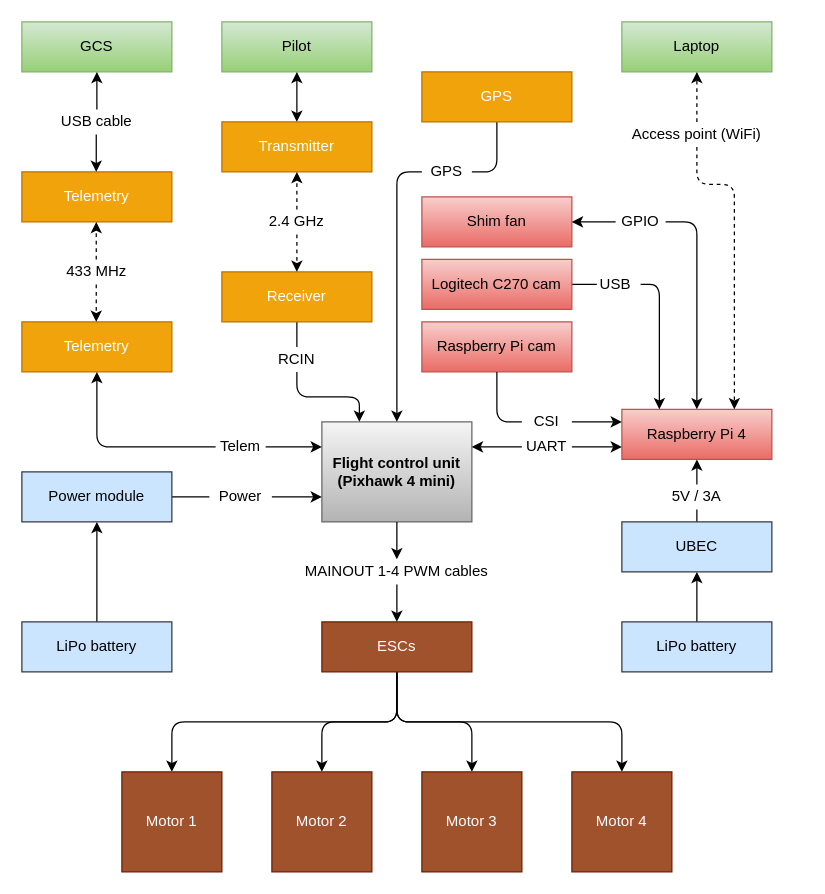
Earlier version of the draw.io diagram master_report/Figures/power_system/power_system.drawio (Kenil16/master_project). Source tidied: cells renumbered, new cells numbered last; positions are measured from the earlier drawing's top-left corner, leaving out a move shared by most shapes. Both pictures are drawn from the tidied source at 125%, with x=0, y=0 at pixel (21, 21).
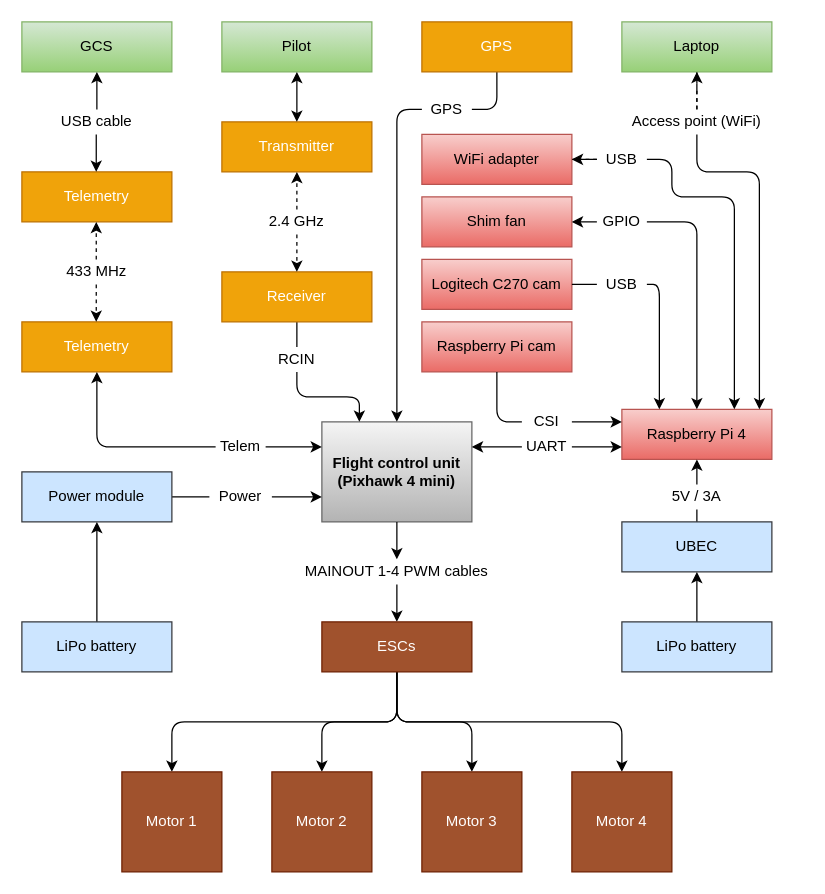
Above is the later version.

The change refers to these unchanged cells:
```xml
<mxCell id="31" value="Raspberry Pi 4" style="rounded=0;whiteSpace=wrap;html=1;fillColor=#f8cecc;strokeColor=#b85450;gradientColor=#ea6b66;" parent="1" vertex="1">
  <mxGeometry x="480" y="310" width="120" height="40" as="geometry" />
</mxCell>
<mxCell id="54" value="Laptop" style="rounded=0;whiteSpace=wrap;html=1;gradientColor=#97d077;fillColor=#d5e8d4;strokeColor=#82b366;" parent="1" vertex="1">
  <mxGeometry x="480" width="120" height="40" as="geometry" />
</mxCell>
<mxCell id="62" value="Logitech C270 cam" style="rounded=0;whiteSpace=wrap;html=1;fillColor=#f8cecc;strokeColor=#b85450;gradientColor=#ea6b66;" parent="1" vertex="1">
  <mxGeometry x="320" y="190" width="120" height="40" as="geometry" />
</mxCell>
```

The edit, as a diff of the source:
```diff
@@
     <mxCell id="17" style="edgeStyle=orthogonalEdgeStyle;rounded=1;jettySize=auto;html=1;exitX=0.5;exitY=1;exitDx=0;exitDy=0;entryX=1;entryY=0.5;entryDx=0;entryDy=0;endArrow=none;endFill=0;strokeWidth=1;" parent="1" edge="1" source="18" target="60">
-      <mxGeometry relative="1" as="geometry" />
+      <mxGeometry relative="1" as="geometry">
+        <Array as="points">
+          <mxPoint x="380" y="70" />
+        </Array>
+      </mxGeometry>
     </mxCell>
     <mxCell id="18" value="GPS" style="rounded=0;whiteSpace=wrap;html=1;fillColor=#f0a30a;strokeColor=#BD7000;fontColor=#ffffff;" parent="1" vertex="1">
-      <mxGeometry x="320" y="40" width="120" height="40" as="geometry" />
+      <mxGeometry x="320" width="120" height="40" as="geometry" />
     </mxCell>
@@
+    <mxCell id="73" style="edgeStyle=orthogonalEdgeStyle;rounded=1;jettySize=auto;html=1;dashed=1;endArrow=none;endFill=0;" parent="1" edge="1" source="54" target="57">
+      <mxGeometry relative="1" as="geometry" />
+    </mxCell>
@@
-    <mxCell id="56" style="edgeStyle=orthogonalEdgeStyle;rounded=1;jettySize=auto;html=1;exitX=0.5;exitY=1;exitDx=0;exitDy=0;entryX=0.75;entryY=0;entryDx=0;entryDy=0;endArrow=classic;endFill=1;strokeWidth=1;dashed=1;" parent="1" edge="1" source="57" target="31">
+    <mxCell id="56" style="edgeStyle=orthogonalEdgeStyle;rounded=1;jettySize=auto;html=1;exitX=0.5;exitY=1;exitDx=0;exitDy=0;entryX=0.917;entryY=0;entryDx=0;entryDy=0;entryPerimeter=0;" parent="1" edge="1" source="57" target="31">
       <mxGeometry relative="1" as="geometry">
         <Array as="points">
-          <mxPoint x="540" y="130" />
-          <mxPoint x="570" y="130" />
+          <mxPoint x="540" y="120" />
+          <mxPoint x="590" y="120" />
         </Array>
       </mxGeometry>
     </mxCell>
     <mxCell id="57" value="Access point (WiFi)" style="text;html=1;strokeColor=none;fillColor=none;align=center;verticalAlign=middle;whiteSpace=wrap;rounded=0;" parent="1" vertex="1">
-      <mxGeometry x="455" y="80" width="170" height="20" as="geometry" />
+      <mxGeometry x="455" y="70" width="170" height="20" as="geometry" />
     </mxCell>
@@
     <mxCell id="60" value="GPS " style="text;html=1;strokeColor=none;fillColor=none;align=center;verticalAlign=middle;whiteSpace=wrap;rounded=0;" parent="1" vertex="1">
-      <mxGeometry x="320" y="110" width="40" height="20" as="geometry" />
+      <mxGeometry x="320" y="60" width="40" height="20" as="geometry" />
     </mxCell>
-    <mxCell id="61" style="edgeStyle=orthogonalEdgeStyle;rounded=0;jettySize=auto;html=1;exitX=1;exitY=0.5;exitDx=0;exitDy=0;endArrow=none;endFill=0;strokeWidth=1;" parent="1" edge="1" source="62" target="65">
-      <mxGeometry relative="1" as="geometry" />
-    </mxCell>
@@
-    <mxCell id="64" style="edgeStyle=orthogonalEdgeStyle;rounded=1;jettySize=auto;html=1;exitX=1;exitY=0.5;exitDx=0;exitDy=0;entryX=0.25;entryY=0;entryDx=0;entryDy=0;endArrow=classic;endFill=1;strokeWidth=1;" parent="1" edge="1" source="65" target="31">
+    <mxCell id="64" style="edgeStyle=orthogonalEdgeStyle;rounded=1;jettySize=auto;html=1;exitX=1;exitY=0.5;exitDx=0;exitDy=0;entryX=0.25;entryY=0;entryDx=0;entryDy=0;" parent="1" edge="1" source="65" target="31">
       <mxGeometry relative="1" as="geometry">
         <Array as="points">
           <mxPoint x="510" y="210" />
         </Array>
       </mxGeometry>
     </mxCell>
+    <mxCell id="74" style="edgeStyle=orthogonalEdgeStyle;rounded=0;jettySize=auto;html=1;exitX=0;exitY=0.5;exitDx=0;exitDy=0;entryX=1;entryY=0.5;entryDx=0;entryDy=0;endArrow=none;endFill=0;" parent="1" edge="1" source="65" target="62">
+      <mxGeometry relative="1" as="geometry" />
+    </mxCell>
     <mxCell id="65" value="USB" style="text;html=1;strokeColor=none;fillColor=none;align=center;verticalAlign=middle;whiteSpace=wrap;rounded=0;" parent="1" vertex="1">
-      <mxGeometry x="455" y="200" width="40" height="20" as="geometry" />
+      <mxGeometry x="460" y="200" width="40" height="20" as="geometry" />
     </mxCell>
@@
-    <mxCell id="71" style="edgeStyle=orthogonalEdgeStyle;rounded=1;jettySize=auto;html=1;exitX=1;exitY=0.5;exitDx=0;exitDy=0;entryX=0.5;entryY=0;entryDx=0;entryDy=0;endArrow=classic;endFill=1;strokeWidth=1;" parent="1" edge="1" source="72" target="31">
+    <mxCell id="71" style="edgeStyle=orthogonalEdgeStyle;jettySize=auto;html=1;exitX=1;exitY=0.5;exitDx=0;exitDy=0;entryX=0.5;entryY=0;entryDx=0;entryDy=0;rounded=1;" parent="1" edge="1" source="72" target="31">
       <mxGeometry relative="1" as="geometry" />
     </mxCell>
     <mxCell id="72" value="GPIO" style="text;html=1;strokeColor=none;fillColor=none;align=center;verticalAlign=middle;whiteSpace=wrap;rounded=0;" parent="1" vertex="1">
-      <mxGeometry x="475" y="150" width="40" height="20" as="geometry" />
+      <mxGeometry x="460" y="150" width="40" height="20" as="geometry" />
     </mxCell>
+    <mxCell id="75" style="edgeStyle=orthogonalEdgeStyle;rounded=1;jettySize=auto;html=1;endArrow=none;endFill=0;" parent="1" edge="1" source="76" target="79">
+      <mxGeometry relative="1" as="geometry" />
+    </mxCell>
+    <mxCell id="76" value="WiFi adapter" style="rounded=0;whiteSpace=wrap;html=1;fillColor=#f8cecc;strokeColor=#b85450;gradientColor=#ea6b66;" parent="1" vertex="1">
+      <mxGeometry x="320" y="90" width="120" height="40" as="geometry" />
+    </mxCell>
+    <mxCell id="77" style="edgeStyle=orthogonalEdgeStyle;rounded=0;jettySize=auto;html=1;exitX=0;exitY=0.5;exitDx=0;exitDy=0;entryX=1;entryY=0.5;entryDx=0;entryDy=0;dashed=1;" parent="1" edge="1" source="79" target="76">
+      <mxGeometry relative="1" as="geometry" />
+    </mxCell>
+    <mxCell id="78" style="edgeStyle=orthogonalEdgeStyle;rounded=1;jettySize=auto;html=1;exitX=1;exitY=0.5;exitDx=0;exitDy=0;entryX=0.75;entryY=0;entryDx=0;entryDy=0;" parent="1" edge="1" source="79" target="31">
+      <mxGeometry relative="1" as="geometry">
+        <Array as="points">
+          <mxPoint x="520" y="110" />
+          <mxPoint x="520" y="140" />
+          <mxPoint x="570" y="140" />
+        </Array>
+      </mxGeometry>
+    </mxCell>
+    <mxCell id="79" value="USB" style="text;html=1;strokeColor=none;fillColor=none;align=center;verticalAlign=middle;whiteSpace=wrap;rounded=0;" parent="1" vertex="1">
+      <mxGeometry x="460" y="100" width="40" height="20" as="geometry" />
+    </mxCell>
```
